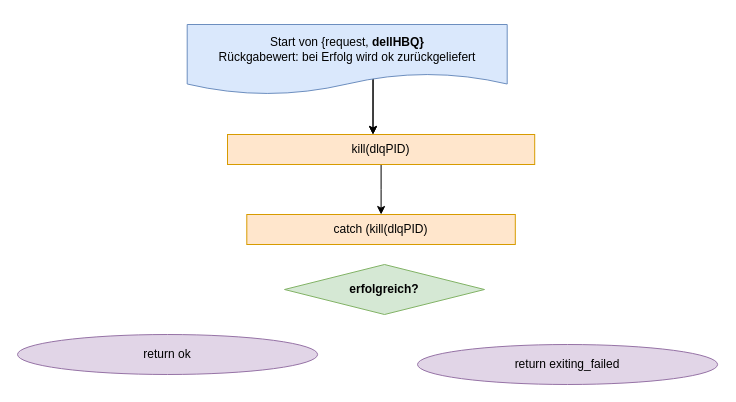
krisschaaf/Hausarbeit_Erlang_Queues keeps this draw.io diagram as Grafiken:Bilder/draw.io/HBQ/6. delHBQ.drawio. Above is the earlier version. Source tidied: cells renumbered, new cells numbered last; positions are measured from the earlier drawing's top-left corner, leaving out a move shared by most shapes. Both pictures are drawn from the tidied source at 100%, with x=0, y=0 at pixel (17, 24).
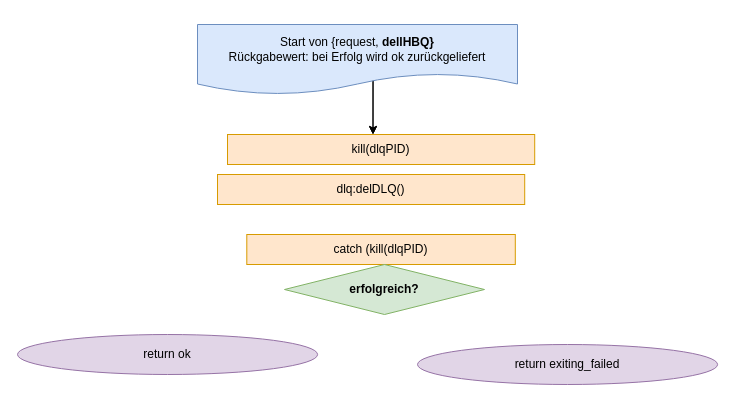
After the change.

Change to the diagram source:
```diff
@@
 <mxGraphModel>
   <root>
     <mxCell id="0" />
     <mxCell id="1" parent="0" />
     <mxCell id="2" style="edgeStyle=orthogonalEdgeStyle;rounded=0;orthogonalLoop=1;jettySize=auto;html=1;exitX=0.5;exitY=0;exitDx=0;exitDy=0;" parent="1" edge="1">
       <mxGeometry relative="1" as="geometry">
         <mxPoint x="355.5" y="10" as="sourcePoint" />
         <mxPoint x="355.5" y="110" as="targetPoint" />
         <Array as="points">
           <mxPoint x="355.6" y="30" />
           <mxPoint x="355.6" y="30" />
         </Array>
       </mxGeometry>
     </mxCell>
     <mxCell id="3" style="edgeStyle=orthogonalEdgeStyle;rounded=0;jettySize=auto;html=1;exitX=0.5;exitY=0;exitDx=0;exitDy=0;" parent="1" edge="1" source="4">
       <mxGeometry relative="1" as="geometry">
         <mxPoint x="355.5" y="110" as="targetPoint" />
         <Array as="points">
           <mxPoint x="355.6" y="30" />
           <mxPoint x="355.6" y="30" />
         </Array>
       </mxGeometry>
     </mxCell>
     <mxCell id="4" value="Start von {request,&amp;nbsp;&lt;b&gt;dellHBQ}&lt;/b&gt;&lt;br&gt;Rückgabewert: bei Erfolg wird ok zurückgeliefert" style="shape=document;whiteSpace=wrap;html=1;boundedLbl=1;fillColor=#dae8fc;strokeColor=#6c8ebf;" parent="1" vertex="1">
-      <mxGeometry x="169.7" width="320" height="70" as="geometry" />
+      <mxGeometry x="180" width="320" height="70" as="geometry" />
     </mxCell>
     <mxCell id="5" value="return ok" style="ellipse;whiteSpace=wrap;html=1;rounded=0;fillColor=#e1d5e7;strokeColor=#9673a6;" parent="1" vertex="1">
       <mxGeometry y="310" width="300.1" height="40" as="geometry" />
     </mxCell>
-    <mxCell id="6" style="edgeStyle=orthogonalEdgeStyle;rounded=0;jettySize=auto;html=1;exitX=0.5;exitY=1;exitDx=0;exitDy=0;" parent="1" edge="1" source="7" target="8">
-      <mxGeometry relative="1" as="geometry" />
-    </mxCell>
     <mxCell id="7" value="kill(dlqPID)" style="rounded=0;whiteSpace=wrap;html=1;fillColor=#ffe6cc;strokeColor=#d79b00;" parent="1" vertex="1">
       <mxGeometry x="210" y="110" width="307.2" height="30" as="geometry" />
     </mxCell>
     <mxCell id="8" value="catch (kill(dlqPID)" style="rounded=0;whiteSpace=wrap;html=1;fillColor=#ffe6cc;strokeColor=#d79b00;" parent="1" vertex="1">
-      <mxGeometry x="229.3" y="190" width="268.5" height="30" as="geometry" />
+      <mxGeometry x="229.3" y="210" width="268.5" height="30" as="geometry" />
     </mxCell>
     <mxCell id="9" value="erfolgreich?" style="rhombus;whiteSpace=wrap;html=1;rounded=0;fillColor=#d5e8d4;strokeColor=#82b366;fontStyle=1;" parent="1" vertex="1">
       <mxGeometry x="267" y="240" width="200" height="50" as="geometry" />
     </mxCell>
     <mxCell id="10" value="return exiting_failed" style="ellipse;whiteSpace=wrap;html=1;rounded=0;fillColor=#e1d5e7;strokeColor=#9673a6;" parent="1" vertex="1">
       <mxGeometry x="400" y="320" width="300.1" height="40" as="geometry" />
     </mxCell>
+    <mxCell id="11" value="dlq:delDLQ()" style="rounded=0;whiteSpace=wrap;html=1;fillColor=#ffe6cc;strokeColor=#d79b00;" parent="1" vertex="1">
+      <mxGeometry x="200" y="150" width="307.2" height="30" as="geometry" />
+    </mxCell>
   </root>
 </mxGraphModel>
```
